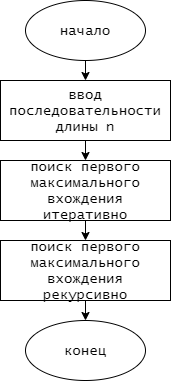
The draw.io diagram лр7/лр7(укруп.бл).png in Aprokun/-, before a commit. Source tidied: cells renumbered, new cells last; positions are measured from the earlier drawing's top-left corner, leaving out a move shared by most shapes. Its diagram source:
```xml
<mxGraphModel>
  <root>
    <mxCell id="0" />
    <mxCell id="1" parent="0" />
    <mxCell id="2" style="edgeStyle=orthogonalEdgeStyle;rounded=0;jettySize=auto;html=1;exitX=0.5;exitY=1;exitDx=0;exitDy=0;entryX=0.5;entryY=0;entryDx=0;entryDy=0;fontFamily=Lucida Console;fontSize=14;" parent="1" edge="1" source="3" target="5">
      <mxGeometry relative="1" as="geometry" />
    </mxCell>
    <mxCell id="3" value="начало" style="ellipse;whiteSpace=wrap;html=1;fontFamily=Lucida Console;fontSize=14;" parent="1" vertex="1">
      <mxGeometry x="25" width="120" height="60" as="geometry" />
    </mxCell>
    <mxCell id="4" style="edgeStyle=orthogonalEdgeStyle;rounded=0;jettySize=auto;html=1;exitX=0.5;exitY=1;exitDx=0;exitDy=0;entryX=0.5;entryY=0;entryDx=0;entryDy=0;" parent="1" edge="1" source="5" target="7">
      <mxGeometry relative="1" as="geometry" />
    </mxCell>
    <mxCell id="5" value="ввод последовательности длины n" style="rounded=0;whiteSpace=wrap;html=1;fontFamily=Lucida Console;fontSize=14;" parent="1" vertex="1">
      <mxGeometry y="80" width="170" height="60" as="geometry" />
    </mxCell>
    <mxCell id="6" style="edgeStyle=orthogonalEdgeStyle;rounded=0;jettySize=auto;html=1;exitX=0.5;exitY=1;exitDx=0;exitDy=0;entryX=0.5;entryY=0;entryDx=0;entryDy=0;fontFamily=Lucida Console;fontSize=14;" parent="1" edge="1" source="7" target="9">
      <mxGeometry relative="1" as="geometry" />
    </mxCell>
    <mxCell id="7" value="поиск первого максимального вхождения итеративно" style="rounded=0;whiteSpace=wrap;html=1;fontFamily=Lucida Console;fontSize=14;" parent="1" vertex="1">
      <mxGeometry y="160" width="170" height="60" as="geometry" />
    </mxCell>
    <mxCell id="8" style="edgeStyle=orthogonalEdgeStyle;rounded=0;jettySize=auto;html=1;exitX=0.5;exitY=1;exitDx=0;exitDy=0;entryX=0.5;entryY=0;entryDx=0;entryDy=0;fontFamily=Lucida Console;fontSize=14;" parent="1" edge="1" source="9" target="10">
      <mxGeometry relative="1" as="geometry" />
    </mxCell>
    <mxCell id="9" value="поиск первого максимального вхождения рекурсивно" style="rounded=0;whiteSpace=wrap;html=1;fontFamily=Lucida Console;fontSize=14;" parent="1" vertex="1">
      <mxGeometry y="240" width="170" height="60" as="geometry" />
    </mxCell>
    <mxCell id="10" value="конец" style="ellipse;whiteSpace=wrap;html=1;fontFamily=Lucida Console;fontSize=14;" parent="1" vertex="1">
      <mxGeometry x="25" y="320" width="120" height="60" as="geometry" />
    </mxCell>
  </root>
</mxGraphModel>
```
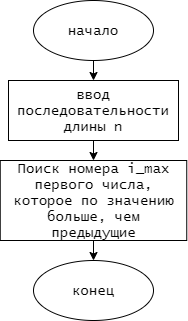
After the change.

What changed in the source:
```diff
@@ -14,20 +14,16 @@
     <mxCell id="5" value="ввод последовательности длины n" style="rounded=0;whiteSpace=wrap;html=1;fontFamily=Lucida Console;fontSize=14;" parent="1" vertex="1">
       <mxGeometry y="80" width="170" height="60" as="geometry" />
     </mxCell>
-    <mxCell id="6" style="edgeStyle=orthogonalEdgeStyle;rounded=0;jettySize=auto;html=1;exitX=0.5;exitY=1;exitDx=0;exitDy=0;entryX=0.5;entryY=0;entryDx=0;entryDy=0;fontFamily=Lucida Console;fontSize=14;" parent="1" edge="1" source="7" target="9">
-      <mxGeometry relative="1" as="geometry" />
-    </mxCell>
-    <mxCell id="7" value="поиск первого максимального вхождения итеративно" style="rounded=0;whiteSpace=wrap;html=1;fontFamily=Lucida Console;fontSize=14;" parent="1" vertex="1">
-      <mxGeometry y="160" width="170" height="60" as="geometry" />
+    <mxCell id="7" value="Поиск номера i_max первого числа, которое по значению больше, чем предыдущие" style="rounded=0;whiteSpace=wrap;html=1;fontFamily=Lucida Console;fontSize=14;align=center;" parent="1" vertex="1">
+      <mxGeometry x="-8.2" y="160" width="186.5" height="80" as="geometry" />
     </mxCell>
-    <mxCell id="8" style="edgeStyle=orthogonalEdgeStyle;rounded=0;jettySize=auto;html=1;exitX=0.5;exitY=1;exitDx=0;exitDy=0;entryX=0.5;entryY=0;entryDx=0;entryDy=0;fontFamily=Lucida Console;fontSize=14;" parent="1" edge="1" source="9" target="10">
-      <mxGeometry relative="1" as="geometry" />
+    <mxCell id="8" style="edgeStyle=orthogonalEdgeStyle;rounded=0;jettySize=auto;html=1;exitX=0.5;exitY=1;exitDx=0;exitDy=0;entryX=0.5;entryY=0;entryDx=0;entryDy=0;fontFamily=Lucida Console;fontSize=14;" parent="1" edge="1" target="10">
+      <mxGeometry relative="1" as="geometry">
+        <mxPoint x="85" y="240" as="sourcePoint" />
+      </mxGeometry>
     </mxCell>
-    <mxCell id="9" value="поиск первого максимального вхождения рекурсивно" style="rounded=0;whiteSpace=wrap;html=1;fontFamily=Lucida Console;fontSize=14;" parent="1" vertex="1">
-      <mxGeometry y="240" width="170" height="60" as="geometry" />
-    </mxCell>
     <mxCell id="10" value="конец" style="ellipse;whiteSpace=wrap;html=1;fontFamily=Lucida Console;fontSize=14;" parent="1" vertex="1">
-      <mxGeometry x="25" y="320" width="120" height="60" as="geometry" />
+      <mxGeometry x="25" y="260" width="120" height="60" as="geometry" />
     </mxCell>
   </root>
 </mxGraphModel>
```
